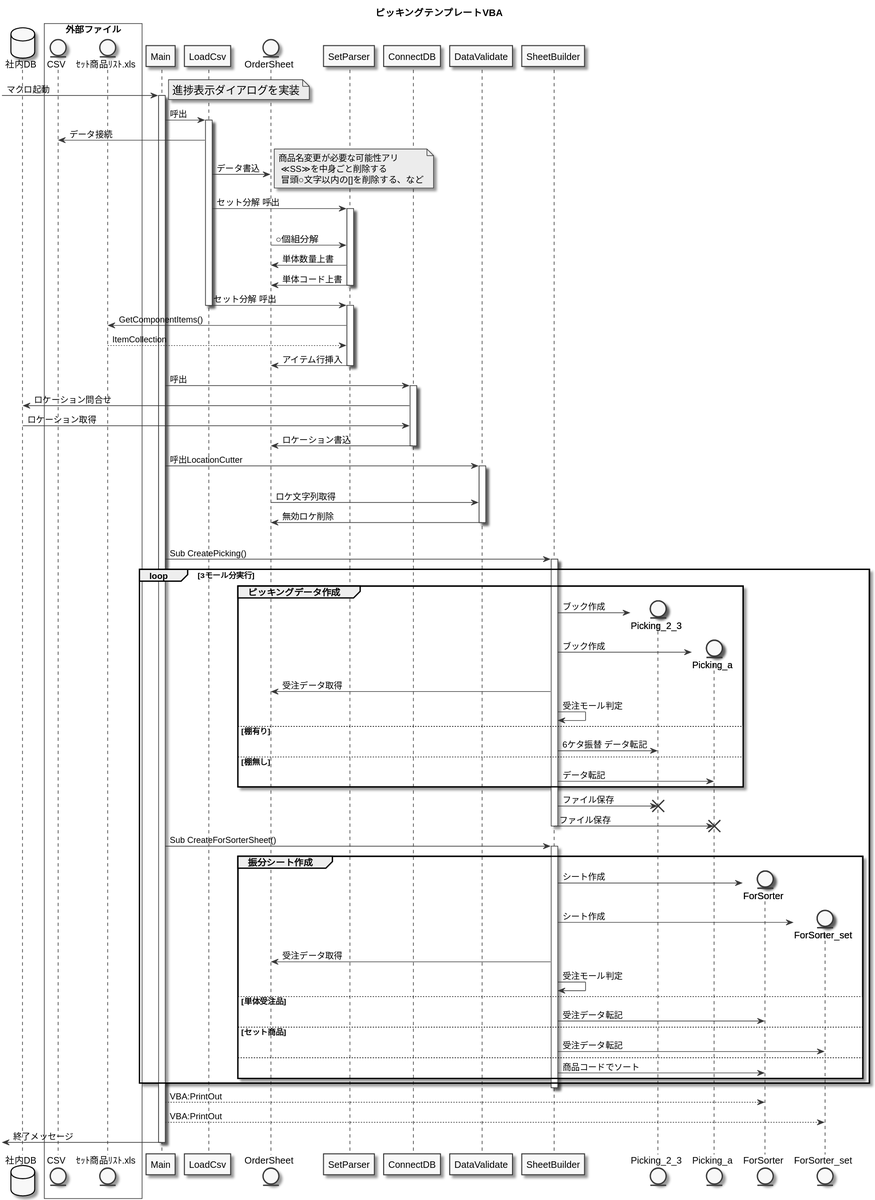
Earlier version of the PlantUML export out/picking_create_vba/picking_create_vba.svg (amunenaga/ec-backyard-macro). Its source is kept beside it as picking_create_vba.puml.
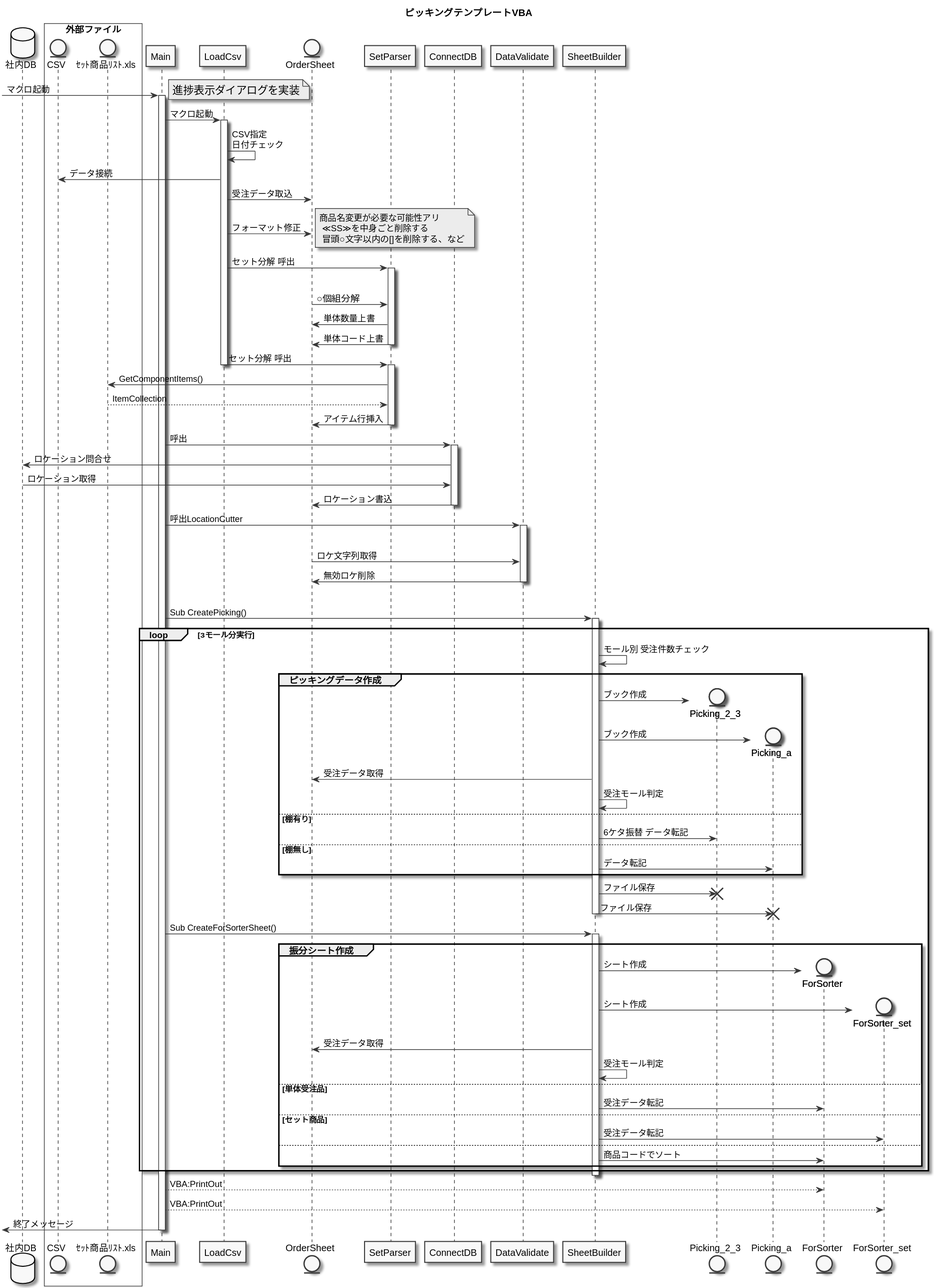
The same file after the commit.

Diff of the diagram source:
```diff
@@ -21,14 +21,17 @@
   <size:16>進捗表示ダイアログを実装</size>
 end note
 
-Main -> LoadCsv : 呼出
+Main -> LoadCsv : マクロ起動
 activate LoadCsv
+
+LoadCsv -> LoadCsv : CSV指定\n日付チェック
 
 CSV <- LoadCsv : データ接続
 
 entity OrderSheet
 
-LoadCsv -> OrderSheet : データ書込
+LoadCsv -> OrderSheet : 受注データ取込
+LoadCsv -> OrderSheet : フォーマット修正
 
 participant SetParser
 
@@ -87,6 +90,9 @@
 activate SheetBuilder
 
 loop 3モール分実行
+
+    SheetBuilder->SheetBuilder : モール別 受注件数チェック
+
     Group ピッキングデータ作成
 
         create entity Picking_2_3
```
